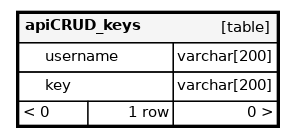
Earlier version of the Graphviz export source/documentacion_db/diagrams/orphans/apiCRUD_keys.1degree.png (Bioacustica/Ecoacoustic_bank). Its source is kept beside it as source/documentacion_db/diagrams/orphans/apiCRUD_keys.1degree.dot.
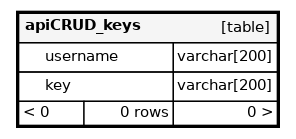
The same diagram one commit later.

Diff of the diagram source:
```diff
@@ -22,7 +22,7 @@
       <TR><TD COLSPAN="4"  BGCOLOR="#f5f5f5"><TABLE BORDER="0" CELLSPACING="0"><TR><TD ALIGN="LEFT"><B>apiCRUD_keys</B></TD><TD ALIGN="RIGHT">[table]</TD></TR></TABLE></TD></TR>
       <TR><TD PORT="username" COLSPAN="2" ALIGN="LEFT"><TABLE BORDER="0" CELLSPACING="0" ALIGN="LEFT"><TR ALIGN="LEFT"><TD ALIGN="LEFT" FIXEDSIZE="TRUE" WIDTH="15" HEIGHT="16"></TD><TD ALIGN="LEFT" FIXEDSIZE="TRUE" WIDTH="95" HEIGHT="16">username</TD></TR></TABLE></TD><TD PORT="username.type" ALIGN="LEFT">varchar[200]</TD></TR>
       <TR><TD PORT="key" COLSPAN="2" ALIGN="LEFT"><TABLE BORDER="0" CELLSPACING="0" ALIGN="LEFT"><TR ALIGN="LEFT"><TD ALIGN="LEFT" FIXEDSIZE="TRUE" WIDTH="15" HEIGHT="16"></TD><TD ALIGN="LEFT" FIXEDSIZE="TRUE" WIDTH="95" HEIGHT="16">key</TD></TR></TABLE></TD><TD PORT="key.type" ALIGN="LEFT">varchar[200]</TD></TR>
-      <TR><TD ALIGN="LEFT" BGCOLOR="#ffffff">&lt; 0</TD><TD ALIGN="RIGHT" BGCOLOR="#ffffff">1 row</TD><TD ALIGN="RIGHT" BGCOLOR="#ffffff">0 &gt;</TD></TR>
+      <TR><TD ALIGN="LEFT" BGCOLOR="#ffffff">&lt; 0</TD><TD ALIGN="RIGHT" BGCOLOR="#ffffff">0 rows</TD><TD ALIGN="RIGHT" BGCOLOR="#ffffff">0 &gt;</TD></TR>
     </TABLE>>
     URL="tables/apiCRUD_keys.html"
     target="_top"
```
